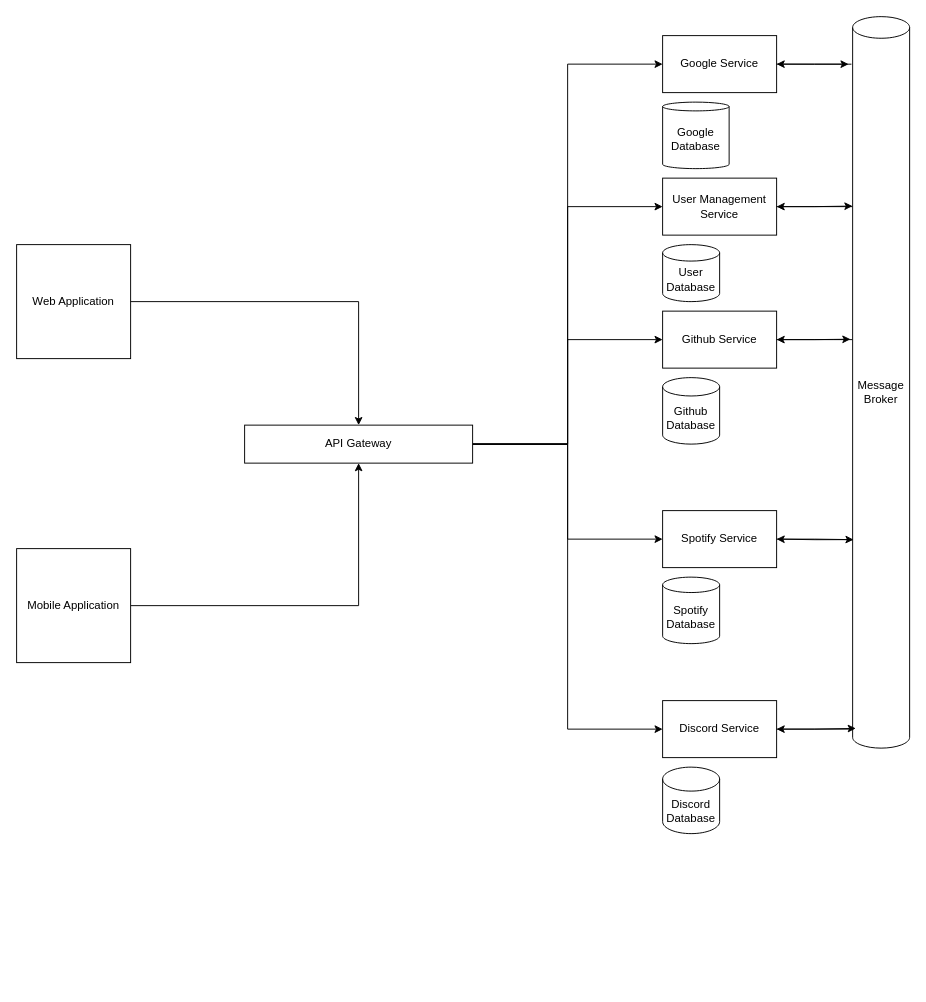
Earlier version of the draw.io diagram Area.drawio (edward-lalande/AREA). Source tidied: cells renumbered, new cells numbered last; positions are measured from the earlier drawing's top-left corner, leaving out a move shared by most shapes. Both pictures are drawn from the tidied source at 95%, with x=0, y=0 at pixel (16, 16).
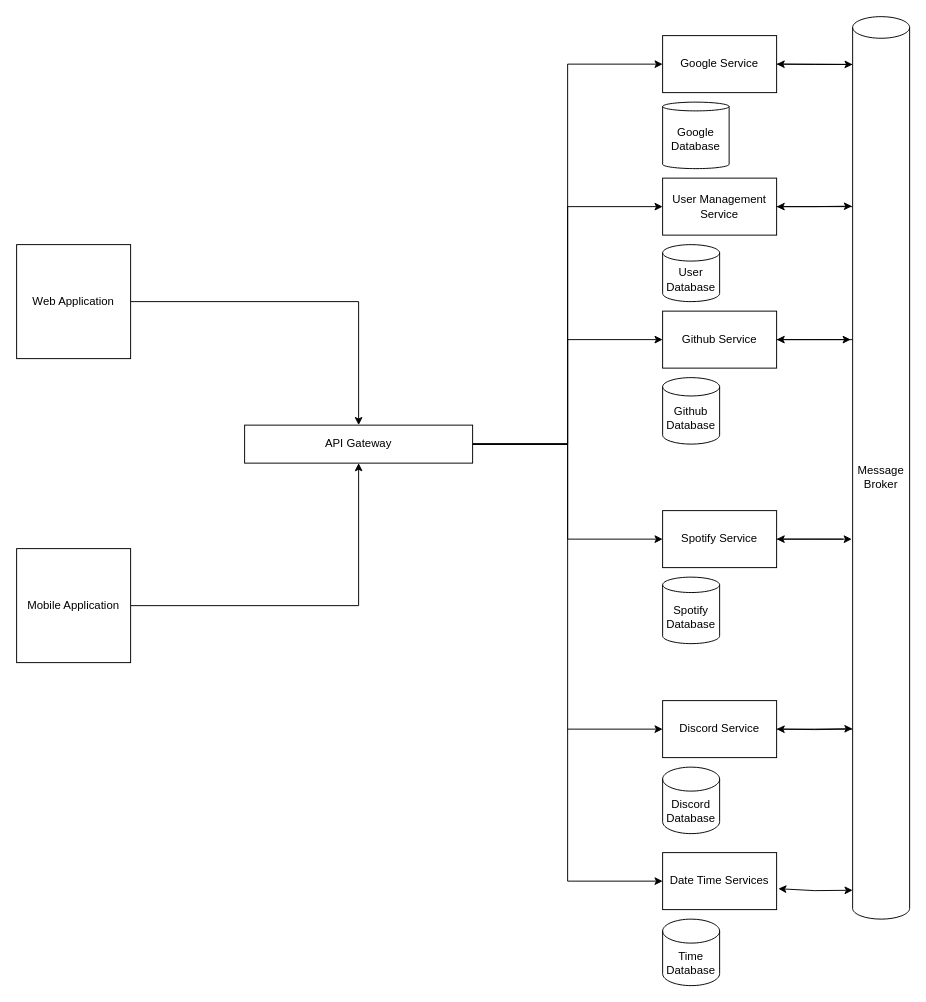
After the change.

Commit message:
feat(UML): Date Time Services Services and database for it, with link to the message Brocker

The change refers to these unchanged cells:
```xml
<mxCell id="10" value="API Gateway" style="rounded=0;whiteSpace=wrap;html=1;" parent="1" vertex="1">
  <mxGeometry x="240" y="430" width="240" height="40" as="geometry" />
</mxCell>
<mxCell id="12" value="&lt;div&gt;Google Service&lt;/div&gt;" style="rounded=0;whiteSpace=wrap;html=1;" parent="1" vertex="1">
  <mxGeometry x="680" y="20" width="120" height="60" as="geometry" />
</mxCell>
<mxCell id="14" value="&lt;div&gt;Github Service&lt;/div&gt;" style="rounded=0;whiteSpace=wrap;html=1;" parent="1" vertex="1">
  <mxGeometry x="680" y="310" width="120" height="60" as="geometry" />
</mxCell>
<mxCell id="16" value="&lt;div&gt;Spotify Service&lt;/div&gt;" style="rounded=0;whiteSpace=wrap;html=1;" parent="1" vertex="1">
  <mxGeometry x="680" y="520" width="120" height="60" as="geometry" />
</mxCell>
<mxCell id="18" value="&lt;div&gt;Discord Service&lt;/div&gt;" style="rounded=0;whiteSpace=wrap;html=1;" parent="1" vertex="1">
  <mxGeometry x="680" y="720" width="120" height="60" as="geometry" />
</mxCell>
<mxCell id="30" value="&lt;div&gt;User Management Service&lt;/div&gt;" style="rounded=0;whiteSpace=wrap;html=1;" parent="1" vertex="1">
  <mxGeometry x="680" y="170" width="120" height="60" as="geometry" />
</mxCell>
```

Diff of the diagram source:
```diff
@@
-    <mxCell id="7" style="edgeStyle=orthogonalEdgeStyle;rounded=0;jettySize=auto;html=1;entryX=0;entryY=0.5;entryDx=0;entryDy=0;" parent="1" edge="1" source="10" target="18">
+    <mxCell id="7" style="edgeStyle=orthogonalEdgeStyle;rounded=0;jettySize=auto;html=1;entryX=0;entryY=0.5;entryDx=0;entryDy=0;" parent="1" edge="1" source="10" target="33">
       <mxGeometry relative="1" as="geometry" />
     </mxCell>
@@
-    <mxCell id="20" style="edgeStyle=orthogonalEdgeStyle;rounded=0;jettySize=auto;html=1;entryX=1;entryY=0.5;entryDx=0;entryDy=0;exitX=-0.021;exitY=0.065;exitDx=0;exitDy=0;exitPerimeter=0;" parent="1" edge="1" source="25" target="12">
+    <mxCell id="20" style="edgeStyle=orthogonalEdgeStyle;rounded=0;jettySize=auto;html=1;entryX=1;entryY=0.5;entryDx=0;entryDy=0;exitX=-0.009;exitY=0.053;exitDx=0;exitDy=0;exitPerimeter=0;" parent="1" edge="1" source="25" target="12">
       <mxGeometry relative="1" as="geometry" />
     </mxCell>
@@
-    <mxCell id="22" style="edgeStyle=orthogonalEdgeStyle;rounded=0;jettySize=auto;html=1;exitX=-0.016;exitY=0.715;exitDx=0;exitDy=0;exitPerimeter=0;" parent="1" edge="1" source="25">
+    <mxCell id="22" style="edgeStyle=orthogonalEdgeStyle;rounded=0;orthogonalLoop=1;jettySize=auto;html=1;" parent="1" edge="1">
       <mxGeometry relative="1" as="geometry">
+        <mxPoint x="870" y="550" as="sourcePoint" />
         <mxPoint x="800" y="550" as="targetPoint" />
       </mxGeometry>
     </mxCell>
-    <mxCell id="23" style="edgeStyle=orthogonalEdgeStyle;rounded=0;jettySize=auto;html=1;entryX=1;entryY=0.5;entryDx=0;entryDy=0;exitX=0;exitY=0.974;exitDx=0;exitDy=0;exitPerimeter=0;" parent="1" edge="1" source="25" target="18">
-      <mxGeometry relative="1" as="geometry" />
+    <mxCell id="23" style="edgeStyle=orthogonalEdgeStyle;rounded=0;jettySize=auto;html=1;entryX=1;entryY=0.5;entryDx=0;entryDy=0;" parent="1" edge="1" target="18">
+      <mxGeometry relative="1" as="geometry">
+        <mxPoint x="880" y="750" as="sourcePoint" />
+      </mxGeometry>
     </mxCell>
@@
     <mxCell id="25" value="Message Broker" style="shape=cylinder3;whiteSpace=wrap;html=1;boundedLbl=1;backgroundOutline=1;size=11.387096774193594;" parent="1" vertex="1">
-      <mxGeometry x="880" width="60" height="770" as="geometry" />
+      <mxGeometry x="880" width="60" height="950" as="geometry" />
     </mxCell>
-    <mxCell id="26" style="edgeStyle=orthogonalEdgeStyle;rounded=0;jettySize=auto;html=1;exitX=1;exitY=0.5;exitDx=0;exitDy=0;entryX=-0.071;entryY=0.065;entryDx=0;entryDy=0;entryPerimeter=0;" parent="1" edge="1" source="12" target="25">
+    <mxCell id="26" style="edgeStyle=orthogonalEdgeStyle;rounded=0;jettySize=auto;html=1;exitX=1;exitY=0.5;exitDx=0;exitDy=0;entryX=0;entryY=0.053;entryDx=0;entryDy=0;entryPerimeter=0;" parent="1" edge="1" source="12" target="25">
       <mxGeometry relative="1" as="geometry" />
     </mxCell>
-    <mxCell id="27" style="edgeStyle=orthogonalEdgeStyle;rounded=0;jettySize=auto;html=1;entryX=-0.039;entryY=0.441;entryDx=0;entryDy=0;entryPerimeter=0;" parent="1" edge="1" source="14" target="25">
-      <mxGeometry relative="1" as="geometry" />
+    <mxCell id="27" style="edgeStyle=orthogonalEdgeStyle;rounded=0;jettySize=auto;html=1;" parent="1" edge="1" source="14">
+      <mxGeometry relative="1" as="geometry">
+        <mxPoint x="878" y="340" as="targetPoint" />
+      </mxGeometry>
     </mxCell>
-    <mxCell id="28" style="edgeStyle=orthogonalEdgeStyle;rounded=0;jettySize=auto;html=1;entryX=0.016;entryY=0.715;entryDx=0;entryDy=0;entryPerimeter=0;" parent="1" edge="1" source="16" target="25">
+    <mxCell id="28" style="edgeStyle=orthogonalEdgeStyle;rounded=0;jettySize=auto;html=1;entryX=-0.015;entryY=0.579;entryDx=0;entryDy=0;entryPerimeter=0;" parent="1" edge="1" source="16" target="25">
       <mxGeometry relative="1" as="geometry" />
     </mxCell>
-    <mxCell id="29" style="edgeStyle=orthogonalEdgeStyle;rounded=0;jettySize=auto;html=1;entryX=0.056;entryY=0.973;entryDx=0;entryDy=0;entryPerimeter=0;" parent="1" edge="1" source="18" target="25">
+    <mxCell id="29" style="edgeStyle=orthogonalEdgeStyle;rounded=0;jettySize=auto;html=1;entryX=-0.003;entryY=0.789;entryDx=0;entryDy=0;entryPerimeter=0;" parent="1" edge="1" source="18" target="25">
       <mxGeometry relative="1" as="geometry" />
     </mxCell>
@@
-    <mxCell id="32" style="edgeStyle=orthogonalEdgeStyle;rounded=0;jettySize=auto;html=1;exitX=1;exitY=0.5;exitDx=0;exitDy=0;entryX=-0.003;entryY=0.259;entryDx=0;entryDy=0;entryPerimeter=0;" parent="1" edge="1" source="30" target="25">
+    <mxCell id="32" style="edgeStyle=orthogonalEdgeStyle;rounded=0;jettySize=auto;html=1;exitX=1;exitY=0.5;exitDx=0;exitDy=0;entryX=-0.012;entryY=0.21;entryDx=0;entryDy=0;entryPerimeter=0;" parent="1" edge="1" source="30" target="25">
       <mxGeometry relative="1" as="geometry" />
     </mxCell>
+    <mxCell id="33" value="Date Time Services" style="rounded=0;whiteSpace=wrap;html=1;" parent="1" vertex="1">
+      <mxGeometry x="680" y="880" width="120" height="60" as="geometry" />
+    </mxCell>
+    <mxCell id="34" value="Time Database" style="shape=cylinder3;whiteSpace=wrap;html=1;boundedLbl=1;backgroundOutline=1;size=12.619047619047478;" parent="1" vertex="1">
+      <mxGeometry x="680" y="950" width="60" height="70" as="geometry" />
+    </mxCell>
+    <mxCell id="35" style="endArrow=classic;html=1;rounded=0;entryX=0;entryY=0.5;entryDx=0;entryDy=0;" parent="1" edge="1" target="18">
+      <mxGeometry relative="1" as="geometry">
+        <mxPoint x="580" y="750" as="sourcePoint" />
+      </mxGeometry>
+    </mxCell>
+    <mxCell id="36" style="endArrow=classic;startArrow=classic;html=1;rounded=0;entryX=0;entryY=0.968;entryDx=0;entryDy=0;entryPerimeter=0;exitX=1.015;exitY=0.633;exitDx=0;exitDy=0;exitPerimeter=0;" parent="1" edge="1" source="33" target="25">
+      <mxGeometry relative="1" as="geometry">
+        <Array as="points">
+          <mxPoint x="840" y="920" />
+        </Array>
+      </mxGeometry>
+    </mxCell>
```
